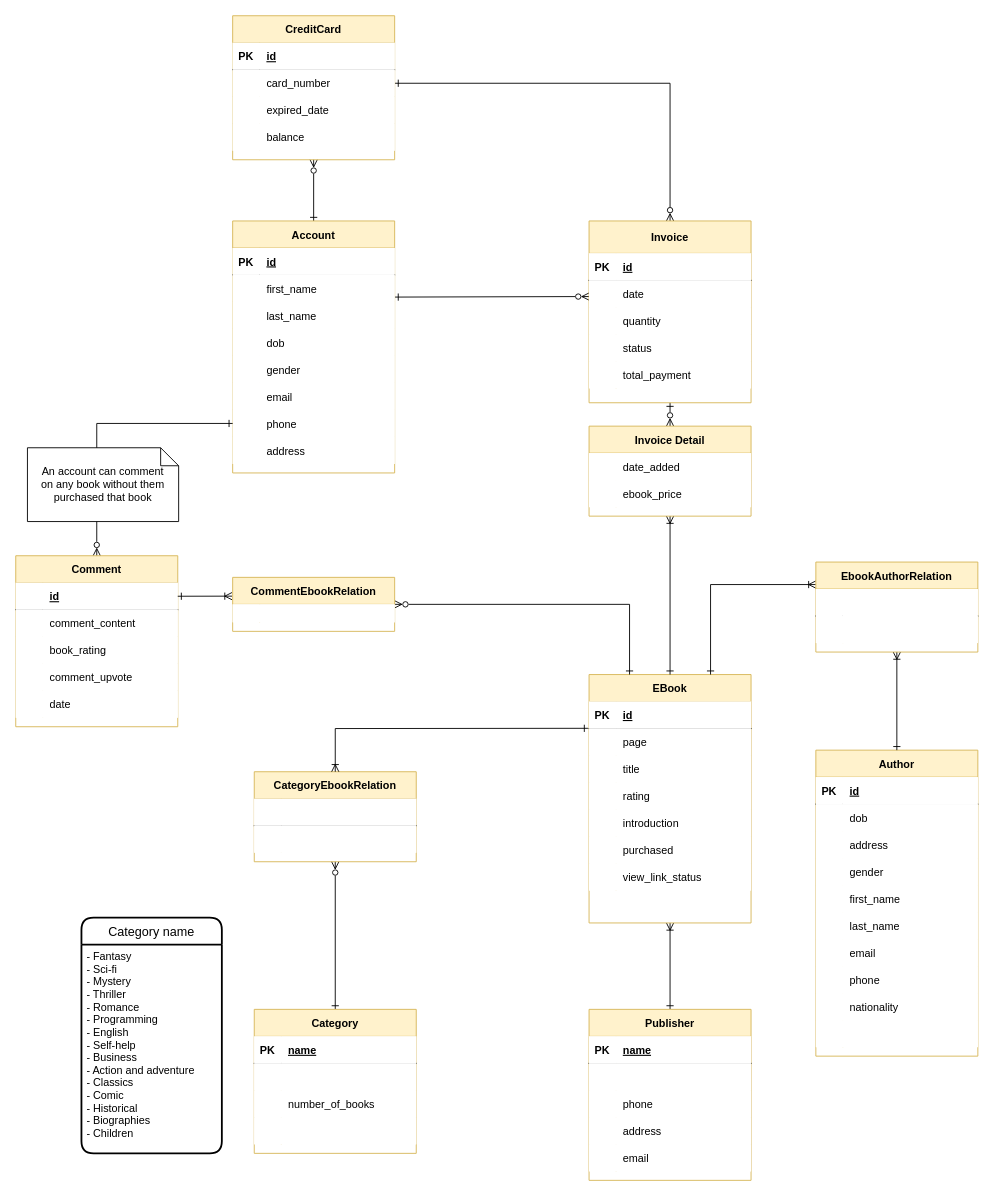
This is SourceCode/Postgres/Query/ERD/Drawio/SellingBookOnline.drawio from TongVu/Axon, a draw.io file, before an edit. Source tidied: cells renumbered, new cells numbered last; positions are measured from the earlier drawing's top-left corner, leaving out a move shared by most shapes. Both pictures are drawn from the tidied source at 90%, with x=0, y=0 at pixel (15, 15).
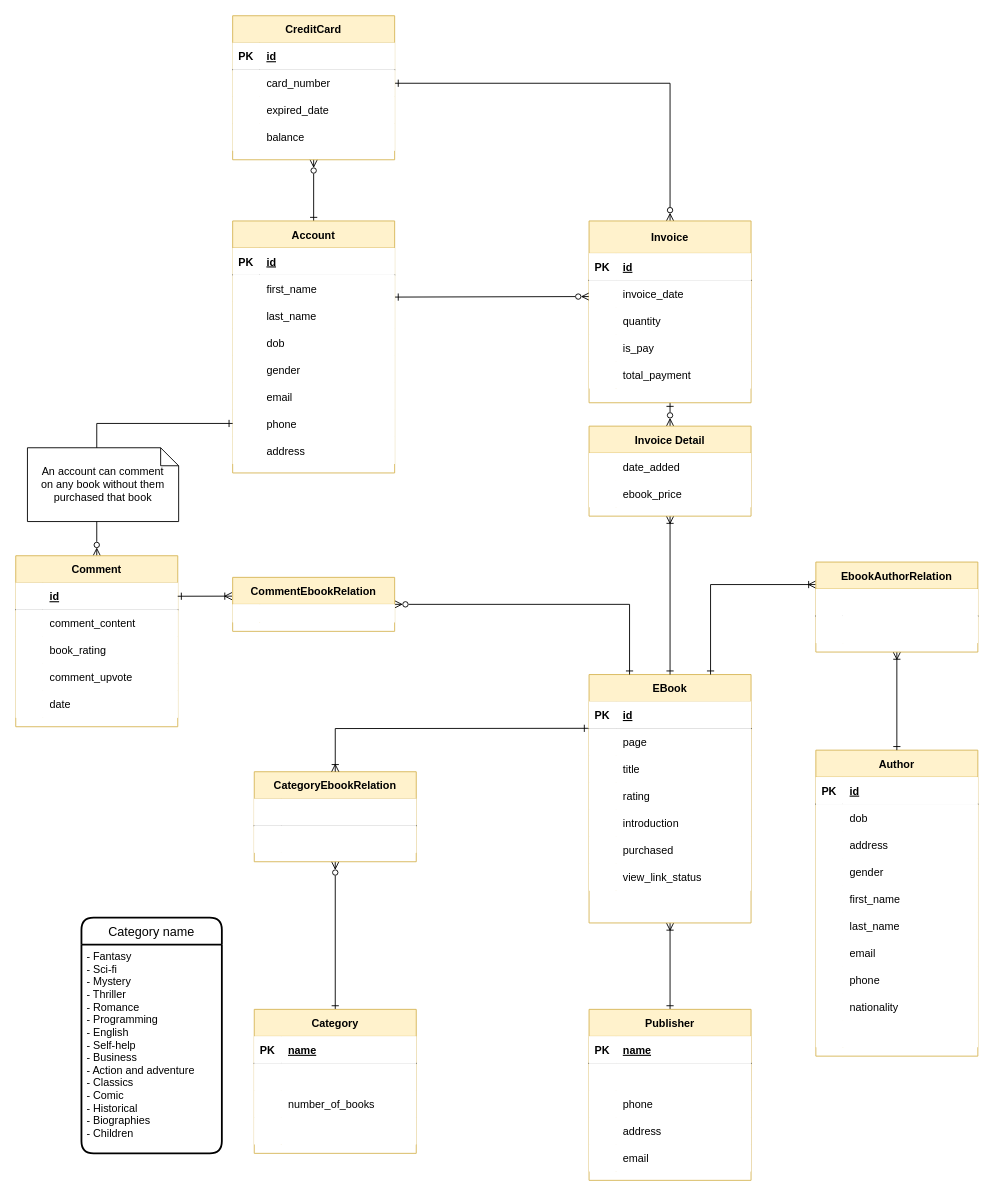
After the change.

Unchanged cells that the change refers to:
```xml
<mxCell id="89" style="shape=tableRow;horizontal=0;startSize=0;swimlaneHead=0;swimlaneBody=0;points=[[0,0.5],[1,0.5]];portConstraint=eastwest;top=0;left=0;right=0;bottom=0;" parent="85" vertex="1">
  <mxGeometry y="66" width="180" height="30" as="geometry" />
</mxCell>
<mxCell id="95" style="shape=tableRow;horizontal=0;startSize=0;swimlaneHead=0;swimlaneBody=0;top=0;left=0;right=0;bottom=0;" parent="85" vertex="1">
  <mxGeometry y="126" width="180" height="30" as="geometry" />
</mxCell>
```

What changed in the source:
```diff
@@
-    <mxCell id="91" value="date" style="shape=partialRectangle;top=0;left=0;bottom=0;right=0;align=left;spacingLeft=6;overflow=hidden;" parent="89" vertex="1">
+    <mxCell id="91" value="invoice_date" style="shape=partialRectangle;top=0;left=0;bottom=0;right=0;align=left;spacingLeft=6;overflow=hidden;" parent="89" vertex="1">
       <mxGeometry x="30" width="150" height="30" as="geometry" />
     </mxCell>
@@
-    <mxCell id="97" value="status" style="shape=partialRectangle;top=0;left=0;bottom=0;right=0;align=left;spacingLeft=6;overflow=hidden;" parent="95" vertex="1">
+    <mxCell id="97" value="is_pay" style="shape=partialRectangle;top=0;left=0;bottom=0;right=0;align=left;spacingLeft=6;overflow=hidden;" parent="95" vertex="1">
       <mxGeometry x="30" width="150" height="30" as="geometry" />
     </mxCell>
```
